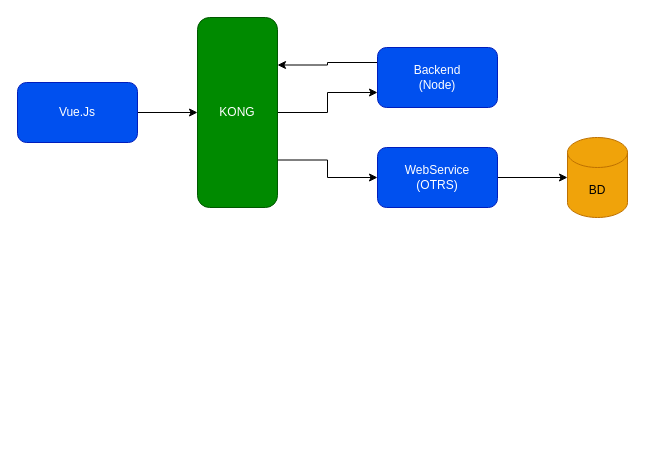
Before: Topologias.drawio in anlugifa/drawio, a draw.io diagram. Source tidied: cells renumbered, new cells numbered last; positions are measured from the earlier drawing's top-left corner, leaving out a move shared by most shapes. Both pictures are drawn from the tidied source at 100%, with x=0, y=0 at pixel (17, 17).
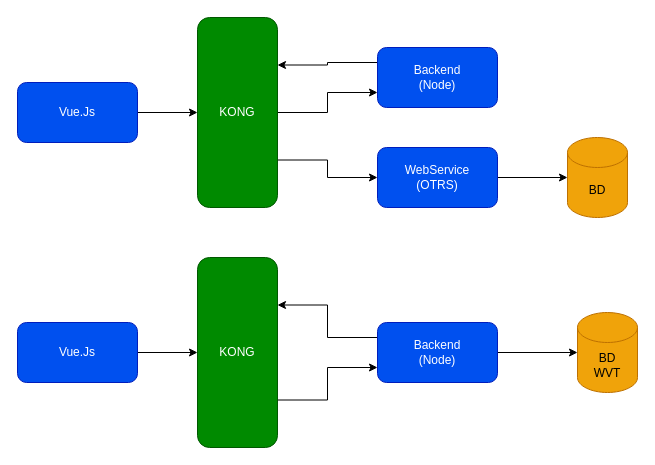
Above is the later version.

What changed in the source:
```diff
@@
 <mxGraphModel>
   <root>
     <mxCell id="0" />
     <mxCell id="1" parent="0" />
     <mxCell id="2" style="edgeStyle=orthogonalEdgeStyle;rounded=0;jettySize=auto;html=1;" parent="1" edge="1" source="3" target="6">
       <mxGeometry relative="1" as="geometry" />
     </mxCell>
     <mxCell id="3" value="Vue.Js" style="rounded=1;whiteSpace=wrap;html=1;fillColor=#0050ef;fontColor=#ffffff;strokeColor=#001DBC;" parent="1" vertex="1">
       <mxGeometry y="65" width="120" height="60" as="geometry" />
     </mxCell>
     <mxCell id="4" style="edgeStyle=orthogonalEdgeStyle;rounded=0;jettySize=auto;html=1;entryX=0;entryY=0.75;entryDx=0;entryDy=0;" parent="1" edge="1" source="6" target="8">
       <mxGeometry relative="1" as="geometry" />
     </mxCell>
     <mxCell id="5" style="edgeStyle=orthogonalEdgeStyle;rounded=0;jettySize=auto;html=1;entryX=0;entryY=0.5;entryDx=0;entryDy=0;exitX=1;exitY=0.75;exitDx=0;exitDy=0;" parent="1" edge="1" source="6" target="10">
       <mxGeometry relative="1" as="geometry" />
     </mxCell>
     <mxCell id="6" value="KONG" style="rounded=1;whiteSpace=wrap;html=1;fillColor=#008a00;fontColor=#ffffff;strokeColor=#005700;" parent="1" vertex="1">
       <mxGeometry x="180" width="80" height="190" as="geometry" />
     </mxCell>
     <mxCell id="7" style="edgeStyle=orthogonalEdgeStyle;rounded=0;jettySize=auto;html=1;entryX=1;entryY=0.25;entryDx=0;entryDy=0;exitX=0;exitY=0.25;exitDx=0;exitDy=0;" parent="1" edge="1" source="8" target="6">
       <mxGeometry relative="1" as="geometry" />
     </mxCell>
     <mxCell id="8" value="Backend&lt;br&gt;(Node)" style="rounded=1;whiteSpace=wrap;html=1;fillColor=#0050ef;fontColor=#ffffff;strokeColor=#001DBC;" parent="1" vertex="1">
       <mxGeometry x="360" y="30" width="120" height="60" as="geometry" />
     </mxCell>
     <mxCell id="9" style="edgeStyle=orthogonalEdgeStyle;rounded=0;jettySize=auto;html=1;entryX=0;entryY=0.5;entryDx=0;entryDy=0;entryPerimeter=0;" parent="1" edge="1" source="10" target="11">
       <mxGeometry relative="1" as="geometry" />
     </mxCell>
     <mxCell id="10" value="WebService&lt;br&gt;(OTRS)" style="rounded=1;whiteSpace=wrap;html=1;fillColor=#0050ef;fontColor=#ffffff;strokeColor=#001DBC;" parent="1" vertex="1">
       <mxGeometry x="360" y="130" width="120" height="60" as="geometry" />
     </mxCell>
     <mxCell id="11" value="BD" style="shape=cylinder3;whiteSpace=wrap;html=1;boundedLbl=1;backgroundOutline=1;size=15;fillColor=#f0a30a;fontColor=#000000;strokeColor=#BD7000;" parent="1" vertex="1">
       <mxGeometry x="550" y="120" width="60" height="80" as="geometry" />
     </mxCell>
+    <mxCell id="12" style="edgeStyle=orthogonalEdgeStyle;rounded=0;jettySize=auto;html=1;" parent="1" edge="1" source="13" target="15">
+      <mxGeometry relative="1" as="geometry" />
+    </mxCell>
+    <mxCell id="13" value="Vue.Js" style="rounded=1;whiteSpace=wrap;html=1;fillColor=#0050ef;fontColor=#ffffff;strokeColor=#001DBC;" parent="1" vertex="1">
+      <mxGeometry y="305" width="120" height="60" as="geometry" />
+    </mxCell>
+    <mxCell id="14" style="edgeStyle=orthogonalEdgeStyle;rounded=0;jettySize=auto;html=1;entryX=0;entryY=0.75;entryDx=0;entryDy=0;exitX=1;exitY=0.75;exitDx=0;exitDy=0;" parent="1" edge="1" source="15" target="18">
+      <mxGeometry relative="1" as="geometry" />
+    </mxCell>
+    <mxCell id="15" value="KONG" style="rounded=1;whiteSpace=wrap;html=1;fillColor=#008a00;fontColor=#ffffff;strokeColor=#005700;" parent="1" vertex="1">
+      <mxGeometry x="180" y="240" width="80" height="190" as="geometry" />
+    </mxCell>
+    <mxCell id="16" style="edgeStyle=orthogonalEdgeStyle;rounded=0;jettySize=auto;html=1;entryX=1;entryY=0.25;entryDx=0;entryDy=0;exitX=0;exitY=0.25;exitDx=0;exitDy=0;" parent="1" edge="1" source="18" target="15">
+      <mxGeometry relative="1" as="geometry" />
+    </mxCell>
+    <mxCell id="17" style="edgeStyle=orthogonalEdgeStyle;rounded=0;jettySize=auto;html=1;entryX=0;entryY=0.5;entryDx=0;entryDy=0;entryPerimeter=0;" parent="1" edge="1" source="18" target="19">
+      <mxGeometry relative="1" as="geometry" />
+    </mxCell>
+    <mxCell id="18" value="Backend&lt;br&gt;(Node)" style="rounded=1;whiteSpace=wrap;html=1;fillColor=#0050ef;fontColor=#ffffff;strokeColor=#001DBC;" parent="1" vertex="1">
+      <mxGeometry x="360" y="305" width="120" height="60" as="geometry" />
+    </mxCell>
+    <mxCell id="19" value="BD&lt;br&gt;WVT" style="shape=cylinder3;whiteSpace=wrap;html=1;boundedLbl=1;backgroundOutline=1;size=15;fillColor=#f0a30a;fontColor=#000000;strokeColor=#BD7000;" parent="1" vertex="1">
+      <mxGeometry x="560" y="295" width="60" height="80" as="geometry" />
+    </mxCell>
   </root>
 </mxGraphModel>
```
